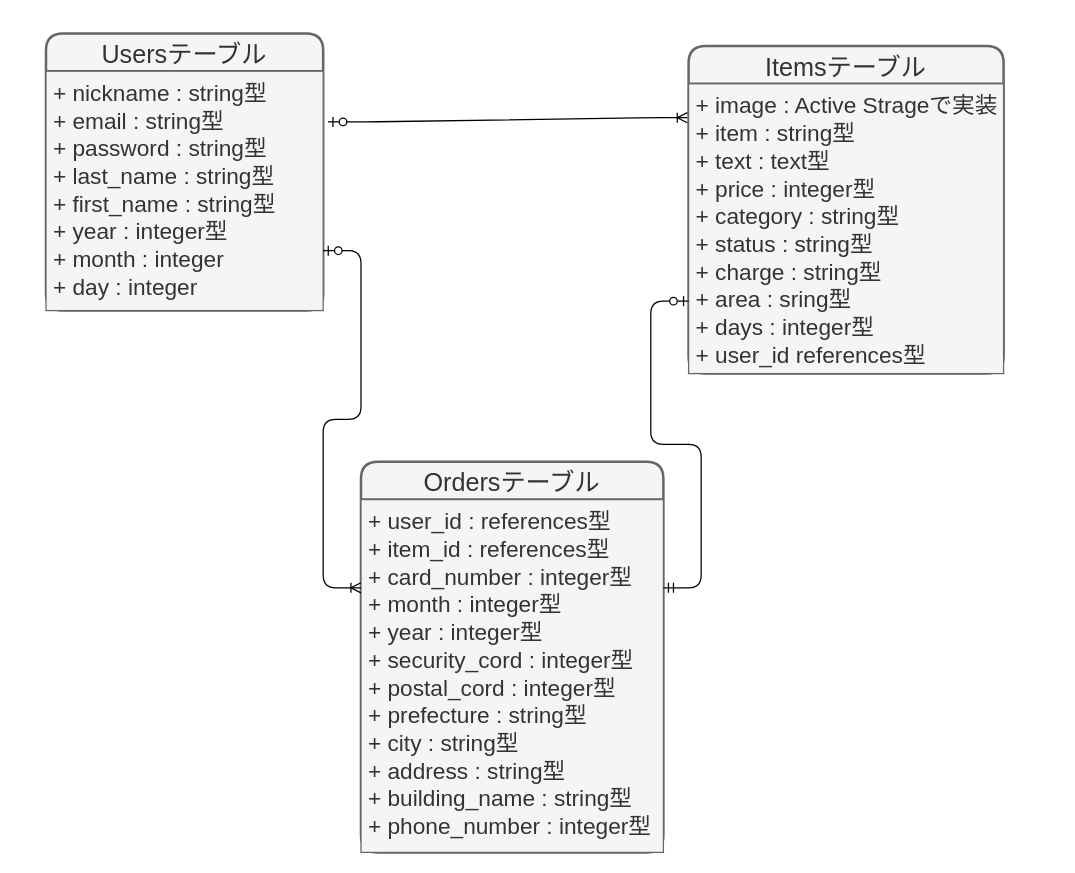
Above: furima.dio in windcalm666/furima-34838 (draw.io), before the change. Source tidied: cells renumbered, new cells numbered last; positions are measured from the earlier drawing's top-left corner, leaving out a move shared by most shapes. Both pictures are drawn from the tidied source at 126%, with x=0, y=0 at pixel (45, 33).
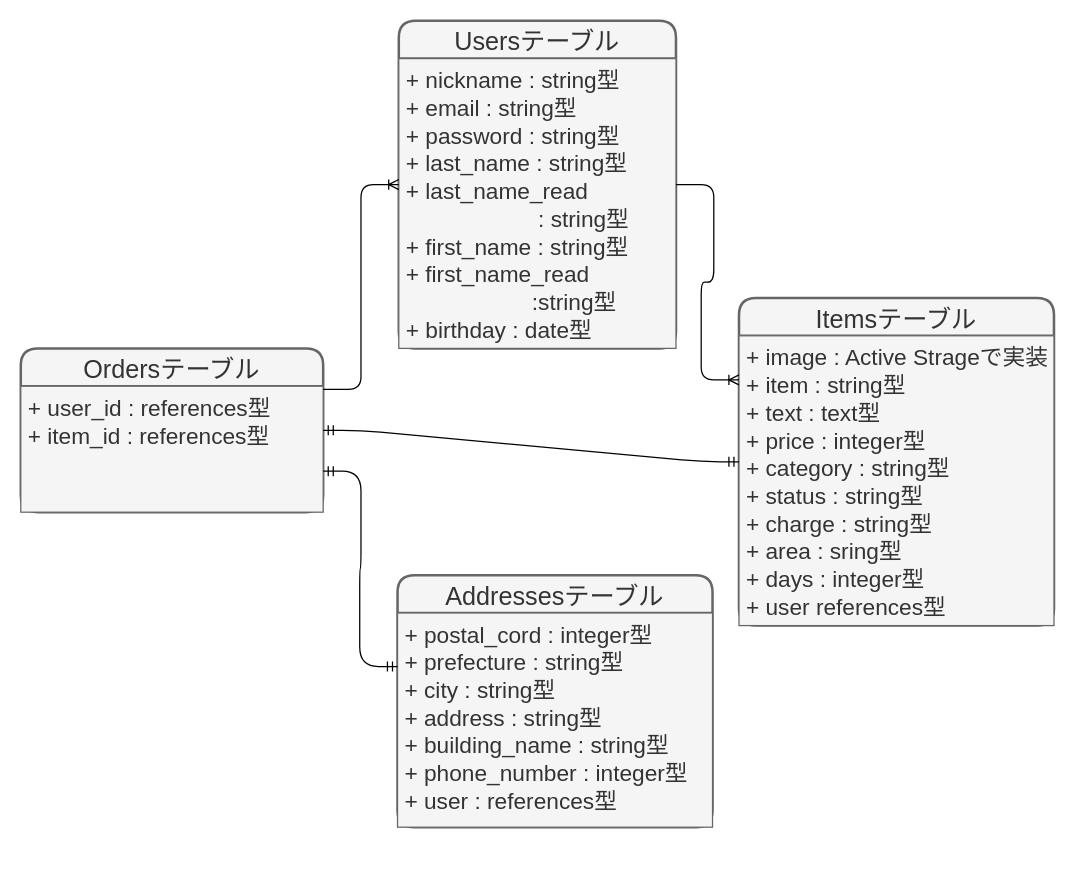
After the change.

Commit message (it also covers changes not shown here):
テーブル設計修正

What changed in the source:
```diff
@@
 <mxGraphModel>
   <root>
     <mxCell id="0" />
     <mxCell id="1" parent="0" />
     <mxCell id="2" value="Usersテーブル" style="swimlane;horizontal=1;startSize=30;rounded=1;fontSize=20;fontStyle=0;strokeWidth=2;shadow=0;dashed=0;align=center;fillColor=#f5f5f5;strokeColor=#666666;fontColor=#333333;" parent="1" vertex="1">
-      <mxGeometry width="220" height="220" as="geometry" />
+      <mxGeometry x="280" y="-10" width="220" height="260" as="geometry" />
     </mxCell>
-    <mxCell id="3" value="+ nickname : string型&#10;+ email : string型&#10;+ password : string型&#10;+ last_name : string型&#10;+ first_name : string型&#10;+ year : integer型&#10;+ month : integer&#10;+ day : integer" style="align=left;strokeColor=#666666;fillColor=#f5f5f5;spacingLeft=4;fontSize=18;verticalAlign=top;fontColor=#333333;" parent="2" vertex="1">
-      <mxGeometry y="30" width="220" height="190" as="geometry" />
+    <mxCell id="3" value="+ nickname : string型&#10;+ email : string型&#10;+ password : string型&#10;+ last_name : string型&#10;+ last_name_read&#10;                     : string型&#10;+ first_name : string型&#10;+ first_name_read&#10;                    :string型&#10;+ birthday : date型" style="align=left;strokeColor=#666666;fillColor=#f5f5f5;spacingLeft=4;fontSize=18;verticalAlign=top;fontColor=#333333;" parent="2" vertex="1">
+      <mxGeometry y="30" width="220" height="230" as="geometry" />
     </mxCell>
     <mxCell id="4" value="Itemsテーブル" style="swimlane;horizontal=1;startSize=30;rounded=1;fontSize=20;fontStyle=0;strokeWidth=2;shadow=0;dashed=0;align=center;fillColor=#f5f5f5;strokeColor=#666666;fontColor=#333333;" parent="1" vertex="1">
-      <mxGeometry x="510" y="10" width="250" height="260" as="geometry" />
+      <mxGeometry x="550" y="210" width="250" height="260" as="geometry" />
     </mxCell>
-    <mxCell id="5" value="+ image : Active Strageで実装&#10;+ item : string型&#10;+ text : text型&#10;+ price : integer型&#10;+ category : string型&#10;+ status : string型&#10;+ charge : string型&#10;+ area : sring型&#10;+ days : integer型&#10;+ user_id references型" style="align=left;strokeColor=#666666;fillColor=#f5f5f5;spacingLeft=4;fontSize=18;verticalAlign=top;fontColor=#333333;" parent="4" vertex="1">
+    <mxCell id="5" value="+ image : Active Strageで実装&#10;+ item : string型&#10;+ text : text型&#10;+ price : integer型&#10;+ category : string型&#10;+ status : string型&#10;+ charge : string型&#10;+ area : sring型&#10;+ days : integer型&#10;+ user references型" style="align=left;strokeColor=#666666;fillColor=#f5f5f5;spacingLeft=4;fontSize=18;verticalAlign=top;fontColor=#333333;" parent="4" vertex="1">
       <mxGeometry y="30" width="250" height="230" as="geometry" />
     </mxCell>
     <mxCell id="6" value="Ordersテーブル" style="swimlane;horizontal=1;startSize=30;rounded=1;fontSize=20;fontStyle=0;strokeWidth=2;shadow=0;dashed=0;align=center;fillColor=#f5f5f5;strokeColor=#666666;fontColor=#333333;" parent="1" vertex="1">
-      <mxGeometry x="250" y="340" width="240" height="310" as="geometry" />
+      <mxGeometry x="-20" y="250" width="240" height="130" as="geometry" />
     </mxCell>
-    <mxCell id="7" value="+ user_id : references型&#10;+ item_id : references型&#10;+ card_number : integer型&#10;+ month : integer型&#10;+ year : integer型&#10;+ security_cord : integer型&#10;+ postal_cord : integer型&#10;+ prefecture : string型&#10;+ city : string型&#10;+ address : string型&#10;+ building_name : string型&#10;+ phone_number : integer型" style="align=left;strokeColor=#666666;fillColor=#f5f5f5;spacingLeft=4;fontSize=18;verticalAlign=top;fontColor=#333333;" parent="6" vertex="1">
-      <mxGeometry y="30" width="240" height="280" as="geometry" />
+    <mxCell id="7" value="+ user_id : references型&#10;+ item_id : references型&#10;" style="align=left;strokeColor=#666666;fillColor=#f5f5f5;spacingLeft=4;fontSize=18;verticalAlign=top;fontColor=#333333;" parent="6" vertex="1">
+      <mxGeometry y="30" width="240" height="100" as="geometry" />
     </mxCell>
-    <mxCell id="8" style="edgeStyle=entityRelationEdgeStyle;fontSize=12;html=1;endArrow=ERoneToMany;startArrow=ERzeroToOne;entryX=-0.004;entryY=0.117;entryDx=0;entryDy=0;entryPerimeter=0;exitX=1.017;exitY=0.212;exitDx=0;exitDy=0;exitPerimeter=0;" parent="1" edge="1" source="3" target="5">
-      <mxGeometry relative="1" as="geometry" />
-    </mxCell>
-    <mxCell id="9" style="edgeStyle=entityRelationEdgeStyle;fontSize=12;html=1;endArrow=ERoneToMany;startArrow=ERzeroToOne;exitX=1;exitY=0.75;exitDx=0;exitDy=0;entryX=0;entryY=0.25;entryDx=0;entryDy=0;" parent="1" edge="1" source="3" target="7">
-      <mxGeometry relative="1" as="geometry" />
-    </mxCell>
-    <mxCell id="10" style="edgeStyle=entityRelationEdgeStyle;fontSize=12;html=1;endArrow=ERzeroToOne;startArrow=ERmandOne;entryX=0;entryY=0.75;entryDx=0;entryDy=0;exitX=1;exitY=0.25;exitDx=0;exitDy=0;" parent="1" edge="1" source="7" target="5">
-      <mxGeometry relative="1" as="geometry" />
-    </mxCell>
+    <mxCell id="11" value="Addressesテーブル" style="swimlane;horizontal=1;startSize=30;rounded=1;fontSize=20;fontStyle=0;strokeWidth=2;shadow=0;dashed=0;align=center;fillColor=#f5f5f5;strokeColor=#666666;fontColor=#333333;" parent="1" vertex="1">
+      <mxGeometry x="279" y="430" width="250" height="200" as="geometry" />
+    </mxCell>
+    <mxCell id="12" value="+ postal_cord : integer型&#10;+ prefecture : string型&#10;+ city : string型&#10;+ address : string型&#10;+ building_name : string型&#10;+ phone_number : integer型&#10;+ user : references型" style="align=left;strokeColor=#666666;fillColor=#f5f5f5;spacingLeft=4;fontSize=18;verticalAlign=top;fontColor=#333333;" parent="11" vertex="1">
+      <mxGeometry y="30" width="250" height="170" as="geometry" />
+    </mxCell>
+    <mxCell id="13" style="edgeStyle=entityRelationEdgeStyle;fontSize=12;html=1;endArrow=ERoneToMany;exitX=1;exitY=0.25;exitDx=0;exitDy=0;entryX=0;entryY=0.5;entryDx=0;entryDy=0;" parent="1" edge="1" source="6" target="2">
+      <mxGeometry relative="1" as="geometry" />
+    </mxCell>
+    <mxCell id="14" style="edgeStyle=entityRelationEdgeStyle;fontSize=12;html=1;endArrow=ERoneToMany;entryX=0;entryY=0.25;entryDx=0;entryDy=0;exitX=1;exitY=0.5;exitDx=0;exitDy=0;" parent="1" edge="1" source="2" target="4">
+      <mxGeometry relative="1" as="geometry" />
+    </mxCell>
+    <mxCell id="15" style="edgeStyle=entityRelationEdgeStyle;fontSize=12;html=1;endArrow=ERmandOne;startArrow=ERmandOne;targetPerimeterSpacing=0;jumpStyle=none;arcSize=31;entryX=0;entryY=0.5;entryDx=0;entryDy=0;exitX=1;exitY=0.5;exitDx=0;exitDy=0;" parent="1" edge="1" source="6" target="4">
+      <mxGeometry relative="1" as="geometry" />
+    </mxCell>
+    <mxCell id="16" style="edgeStyle=entityRelationEdgeStyle;fontSize=12;html=1;endArrow=ERmandOne;startArrow=ERmandOne;targetPerimeterSpacing=0;jumpStyle=none;arcSize=31;exitX=1;exitY=0.75;exitDx=0;exitDy=0;entryX=0;entryY=0.25;entryDx=0;entryDy=0;" parent="1" edge="1" source="6" target="12">
+      <mxGeometry relative="1" as="geometry" />
+    </mxCell>
   </root>
 </mxGraphModel>
```
